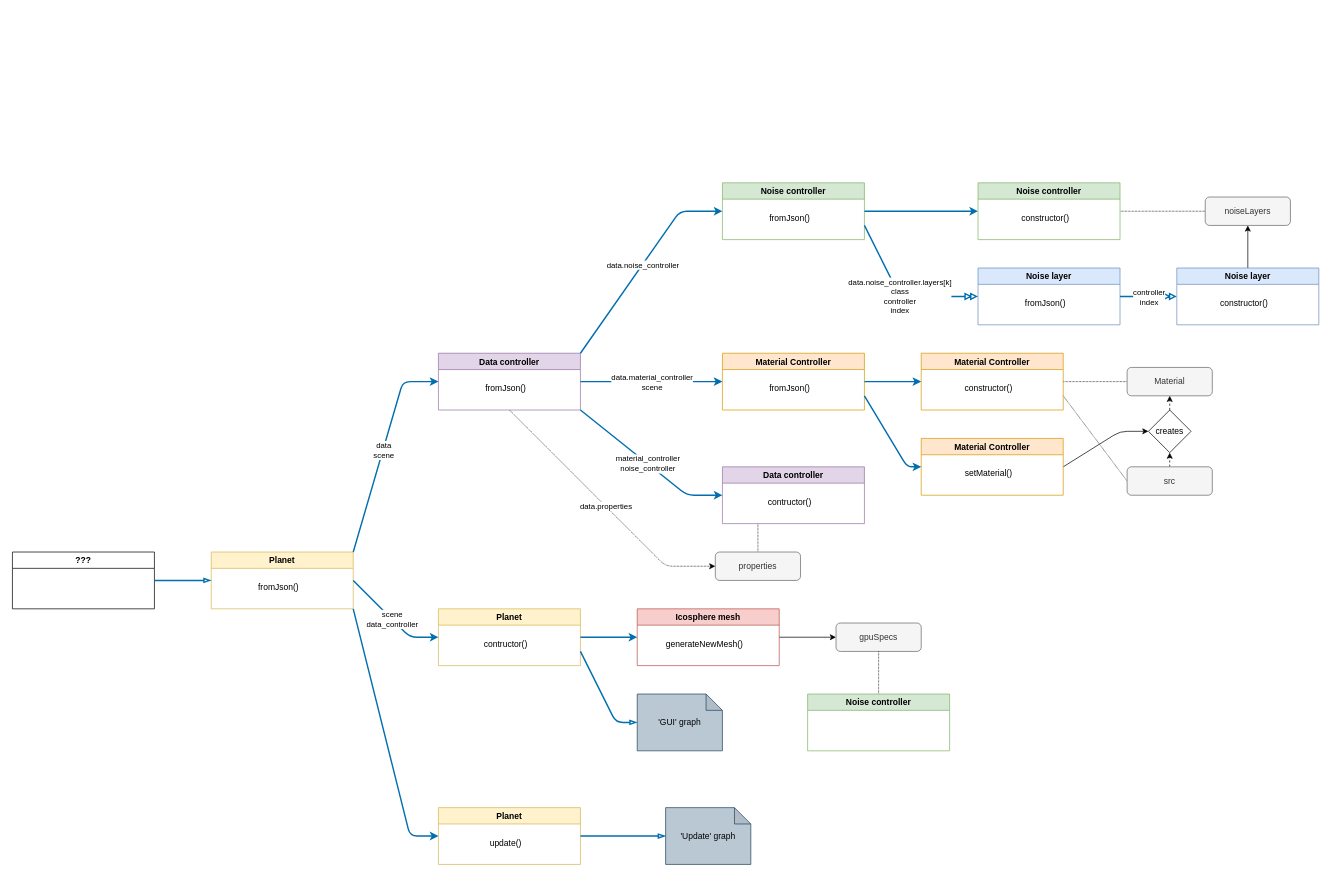
Earlier version of the draw.io diagram page "fromJson" (3 of 4) of mechanics/terrain_generation/test12/assets/project_info.drawio.xml (tomm2000/StarForge-Prototypes). Source tidied: cells renumbered, new cells numbered last; positions are measured from the earlier drawing's top-left corner, leaving out a move shared by most shapes. Both pictures are drawn from the tidied source at 71%, with x=0, y=0 at pixel (12, 182).
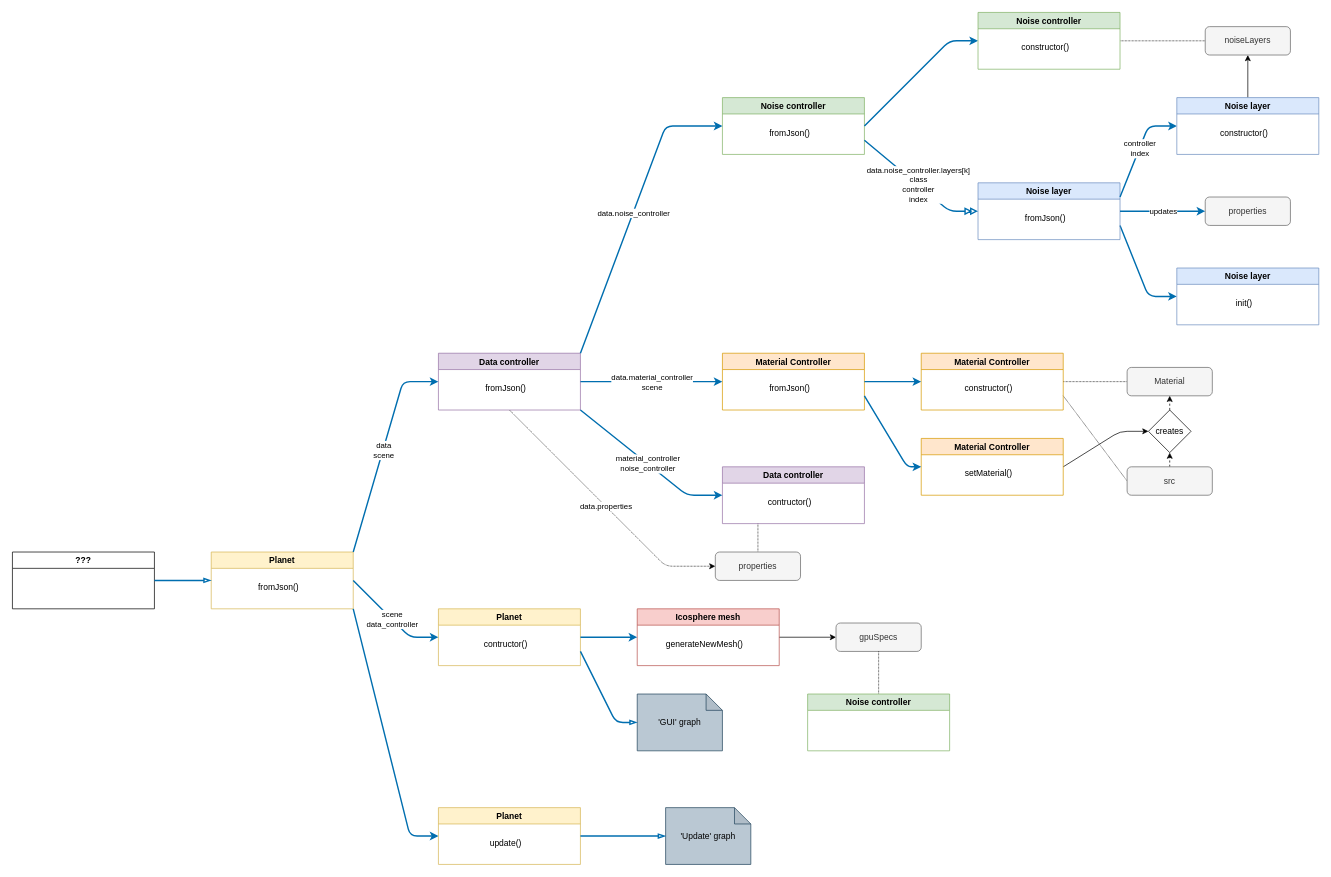
The same page after the edit.

Commit message (it also covers changes not shown here):
updated crater noise

The change refers to these unchanged cells:
```xml
<mxCell id="6" value="Data controller" style="swimlane;fillColor=#e1d5e7;strokeColor=#9673a6;" parent="1" vertex="1">
  <mxGeometry x="600" y="240" width="200" height="80" as="geometry" />
</mxCell>
```

What changed in the source:
```diff
@@
     <mxCell id="10" value="Noise controller" style="swimlane;fillColor=#d5e8d4;strokeColor=#82b366;" parent="1" vertex="1">
-      <mxGeometry x="1000" width="200" height="80" as="geometry" />
+      <mxGeometry x="1000" y="-120" width="200" height="80" as="geometry" />
     </mxCell>
@@
     <mxCell id="14" style="endArrow=classic;html=1;rounded=1;strokeWidth=2;elbow=vertical;exitX=1;exitY=0;exitDx=0;exitDy=0;entryX=0;entryY=0.5;entryDx=0;entryDy=0;fillColor=#1ba1e2;strokeColor=#006EAF;" parent="1" edge="1" source="6" target="10">
       <mxGeometry relative="1" as="geometry">
         <Array as="points">
-          <mxPoint x="940" y="40" />
+          <mxPoint x="920" y="-80" />
         </Array>
       </mxGeometry>
     </mxCell>
@@
     <mxCell id="21" style="endArrow=classic;html=1;rounded=1;strokeWidth=2;elbow=vertical;exitX=1;exitY=0.5;exitDx=0;exitDy=0;fillColor=#1ba1e2;strokeColor=#006EAF;entryX=0;entryY=0.5;entryDx=0;entryDy=0;" parent="1" edge="1" source="10" target="22">
-      <mxGeometry relative="1" as="geometry" />
+      <mxGeometry relative="1" as="geometry">
+        <Array as="points">
+          <mxPoint x="1320" y="-200" />
+        </Array>
+      </mxGeometry>
     </mxCell>
     <mxCell id="22" value="Noise controller" style="swimlane;fillColor=#d5e8d4;strokeColor=#82b366;" parent="1" vertex="1">
-      <mxGeometry x="1360" width="200" height="80" as="geometry" />
+      <mxGeometry x="1360" y="-240" width="200" height="80" as="geometry" />
     </mxCell>
@@
+    <mxCell id="72" style="rounded=1;jettySize=auto;html=1;exitX=1;exitY=0.75;exitDx=0;exitDy=0;entryX=0;entryY=0.5;entryDx=0;entryDy=0;endArrow=classic;strokeColor=#006EAF;strokeWidth=2;fillColor=#1ba1e2;endFill=1;" parent="1" edge="1" source="24" target="73">
+      <mxGeometry relative="1" as="geometry">
+        <Array as="points">
+          <mxPoint x="1600" y="160" />
+        </Array>
+      </mxGeometry>
+    </mxCell>
     <mxCell id="24" value="Noise layer" style="swimlane;fillColor=#dae8fc;strokeColor=#6c8ebf;" parent="1" vertex="1">
-      <mxGeometry x="1360" y="120" width="200" height="80" as="geometry" />
+      <mxGeometry x="1360" width="200" height="80" as="geometry" />
     </mxCell>
@@
     <mxCell id="26" style="endArrow=doubleBlock;html=1;rounded=1;strokeWidth=2;elbow=vertical;exitX=1;exitY=0.75;exitDx=0;exitDy=0;entryX=0;entryY=0.5;entryDx=0;entryDy=0;fillColor=#1ba1e2;strokeColor=#006EAF;endFill=0;" parent="1" edge="1" source="10" target="24">
       <mxGeometry relative="1" as="geometry">
         <Array as="points">
-          <mxPoint x="1250" y="160" />
+          <mxPoint x="1320" y="40" />
         </Array>
       </mxGeometry>
     </mxCell>
@@
-    <mxCell id="28" style="endArrow=doubleBlock;html=1;rounded=1;strokeWidth=2;elbow=vertical;exitX=1;exitY=0.5;exitDx=0;exitDy=0;fillColor=#1ba1e2;strokeColor=#006EAF;endFill=0;entryX=0;entryY=0.5;entryDx=0;entryDy=0;" parent="1" edge="1" source="24" target="31">
-      <mxGeometry relative="1" as="geometry" />
+    <mxCell id="28" style="endArrow=classic;html=1;rounded=1;strokeWidth=2;elbow=vertical;exitX=1;exitY=0.25;exitDx=0;exitDy=0;fillColor=#1ba1e2;strokeColor=#006EAF;endFill=1;entryX=0;entryY=0.5;entryDx=0;entryDy=0;" parent="1" edge="1" source="24" target="31">
+      <mxGeometry relative="1" as="geometry">
+        <Array as="points">
+          <mxPoint x="1600" y="-80" />
+        </Array>
+      </mxGeometry>
     </mxCell>
@@
     <mxCell id="31" value="Noise layer" style="swimlane;fillColor=#dae8fc;strokeColor=#6c8ebf;" parent="1" vertex="1">
-      <mxGeometry x="1640" y="120" width="200" height="80" as="geometry" />
+      <mxGeometry x="1640" y="-120" width="200" height="80" as="geometry" />
     </mxCell>
@@
     <mxCell id="34" value="noiseLayers" style="rounded=1;whiteSpace=wrap;html=1;labelBorderColor=none;fillColor=#f5f5f5;fontColor=#333333;strokeColor=#666666;" parent="1" vertex="1">
-      <mxGeometry x="1680" y="20" width="120" height="40" as="geometry" />
+      <mxGeometry x="1680" y="-220" width="120" height="40" as="geometry" />
     </mxCell>
@@
+    <mxCell id="73" value="Noise layer" style="swimlane;fillColor=#dae8fc;strokeColor=#6c8ebf;" parent="1" vertex="1">
+      <mxGeometry x="1640" y="120" width="200" height="80" as="geometry" />
+    </mxCell>
+    <mxCell id="74" value="init()" style="text;html=1;strokeColor=none;fillColor=none;align=center;verticalAlign=middle;whiteSpace=wrap;rounded=0;" parent="73" vertex="1">
+      <mxGeometry x="10" y="30" width="170" height="40" as="geometry" />
+    </mxCell>
+    <mxCell id="75" value="properties" style="rounded=1;whiteSpace=wrap;html=1;fillColor=#f5f5f5;fontColor=#333333;strokeColor=#666666;" parent="1" vertex="1">
+      <mxGeometry x="1680" y="20" width="120" height="40" as="geometry" />
+    </mxCell>
+    <mxCell id="76" style="endArrow=classic;html=1;rounded=1;exitX=1;exitY=0.5;exitDx=0;exitDy=0;entryX=0;entryY=0.5;entryDx=0;entryDy=0;strokeColor=#006EAF;strokeWidth=2;fillColor=#1ba1e2;endFill=1;" parent="1" edge="1" source="24" target="75">
+      <mxGeometry relative="1" as="geometry" />
+    </mxCell>
+    <mxCell id="77" value="updates" style="edgeLabel;html=1;align=center;verticalAlign=middle;" parent="76" vertex="1">
+      <mxGeometry relative="1" as="geometry" />
+    </mxCell>
```
